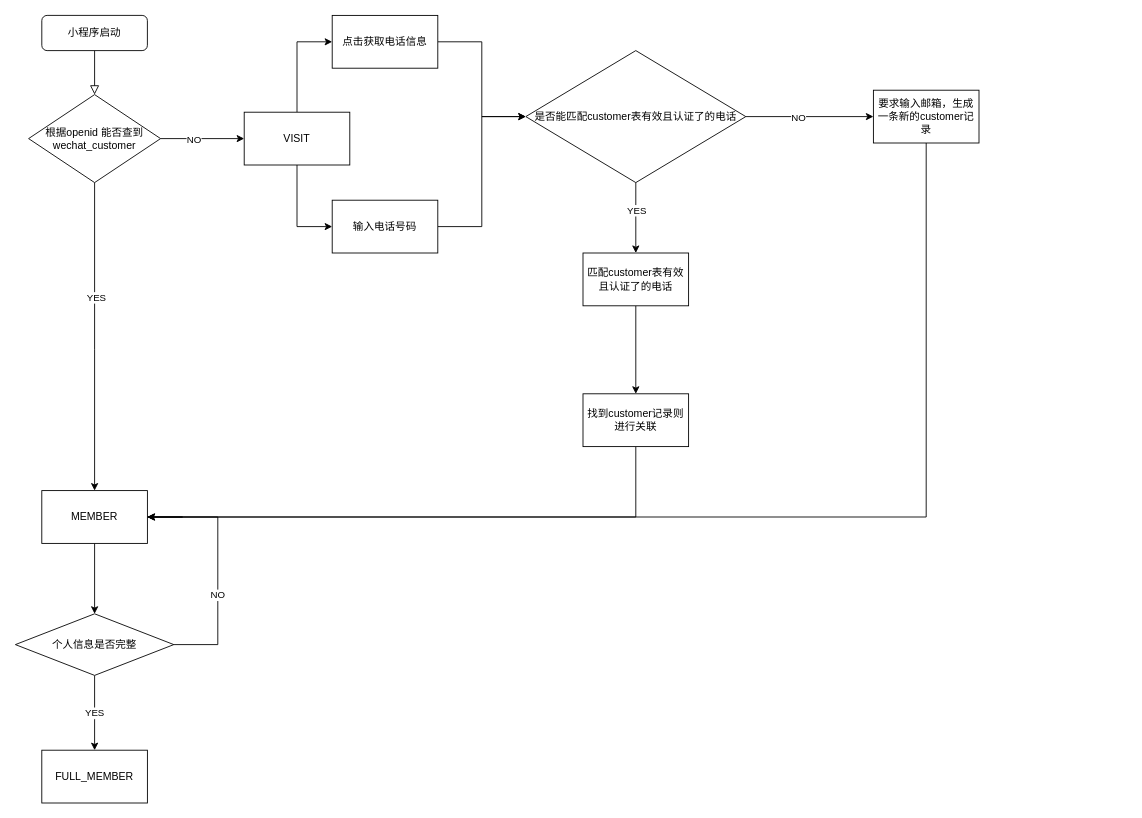
Above: adi-mini-register-login.drawio in maclxf/ProjectDraw (draw.io), before the change. Source tidied: cells renumbered, new cells numbered last; positions are measured from the earlier drawing's top-left corner, leaving out a move shared by most shapes. Both pictures are drawn from the tidied source at 88%, with x=0, y=0 at pixel (15, 15).
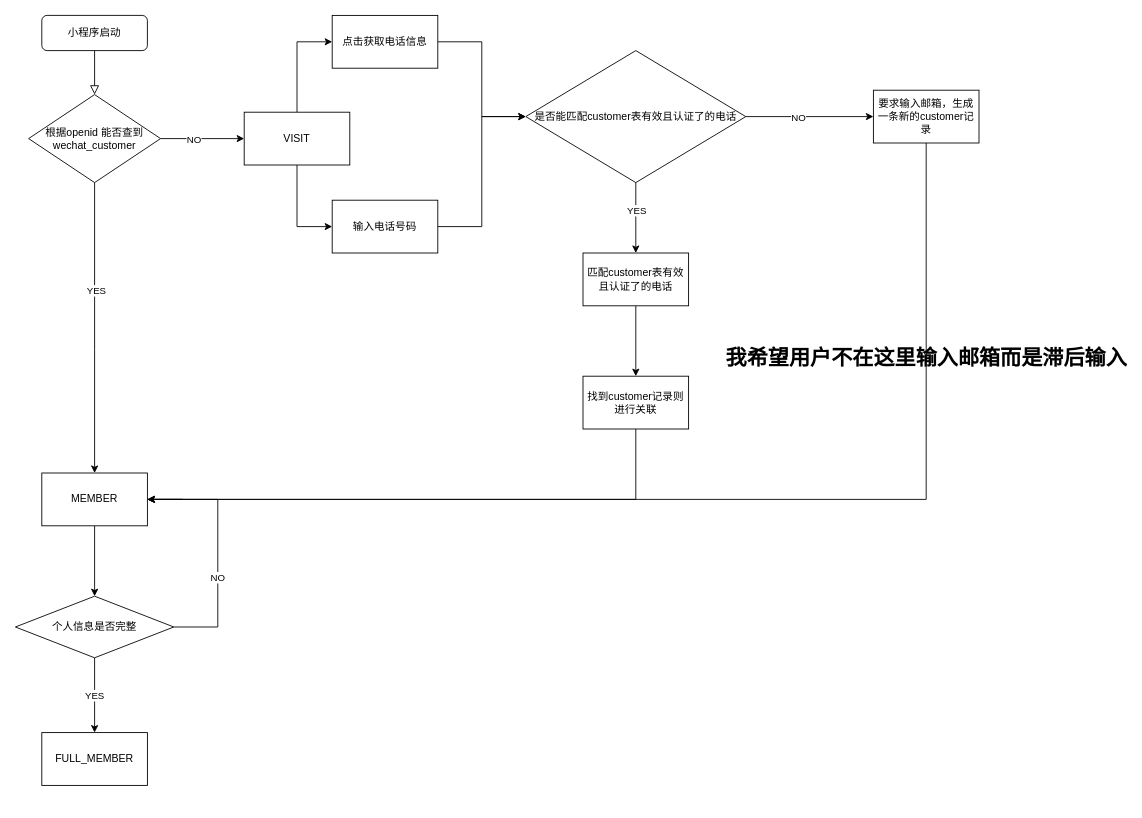
After the change.

The change refers to these unchanged cells:
```xml
<mxCell id="26" value="要求输入邮箱，生成一条新的customer记录" style="whiteSpace=wrap;html=1;" parent="1" vertex="1">
  <mxGeometry x="975" y="85" width="120" height="60" as="geometry" />
</mxCell>
```

Diff of the diagram source:
```diff
@@
     <mxCell id="18" style="edgeStyle=orthogonalEdgeStyle;rounded=0;jettySize=auto;html=1;" parent="1" edge="1" source="19" target="28">
       <mxGeometry relative="1" as="geometry">
         <Array as="points">
-          <mxPoint x="705" y="570" />
+          <mxPoint x="705" y="550" />
         </Array>
       </mxGeometry>
     </mxCell>
     <mxCell id="19" value="找到customer记录则进行关联" style="whiteSpace=wrap;html=1;" parent="1" vertex="1">
-      <mxGeometry x="645" y="430" width="120" height="60" as="geometry" />
+      <mxGeometry x="645" y="410" width="120" height="60" as="geometry" />
     </mxCell>
@@
     <mxCell id="25" style="edgeStyle=orthogonalEdgeStyle;rounded=0;jettySize=auto;html=1;startArrow=none;entryX=1;entryY=0.5;entryDx=0;entryDy=0;" parent="1" edge="1" target="28">
       <mxGeometry relative="1" as="geometry">
-        <mxPoint x="150" y="570" as="sourcePoint" />
+        <mxPoint x="150" y="550" as="sourcePoint" />
         <Array as="points">
-          <mxPoint x="190" y="570" />
-          <mxPoint x="190" y="570" />
+          <mxPoint x="190" y="550" />
+          <mxPoint x="190" y="550" />
         </Array>
       </mxGeometry>
     </mxCell>
@@
-    <mxCell id="27" style="edgeStyle=orthogonalEdgeStyle;rounded=0;jettySize=auto;html=1;" parent="1" edge="1" source="28" target="33">
+    <mxCell id="27" style="edgeStyle=orthogonalEdgeStyle;rounded=0;jettySize=auto;html=1;entryX=0.5;entryY=0;entryDx=0;entryDy=0;" parent="1" edge="1" source="28" target="33">
       <mxGeometry relative="1" as="geometry" />
     </mxCell>
     <mxCell id="28" value="MEMBER" style="whiteSpace=wrap;html=1;" parent="1" vertex="1">
-      <mxGeometry x="30" y="540" width="120" height="60" as="geometry" />
+      <mxGeometry x="30" y="520" width="120" height="60" as="geometry" />
     </mxCell>
     <mxCell id="29" style="edgeStyle=orthogonalEdgeStyle;rounded=0;jettySize=auto;html=1;endArrow=none;" parent="1" edge="1" source="26" target="28">
       <mxGeometry relative="1" as="geometry">
         <Array as="points">
-          <mxPoint x="1035" y="570" />
+          <mxPoint x="1035" y="550" />
         </Array>
       </mxGeometry>
     </mxCell>
     <mxCell id="30" value="YES" style="edgeStyle=orthogonalEdgeStyle;rounded=0;jettySize=auto;html=1;" parent="1" edge="1" source="33" target="34">
       <mxGeometry relative="1" as="geometry">
         <Array as="points">
-          <mxPoint x="90" y="800" />
-          <mxPoint x="90" y="800" />
+          <mxPoint x="90" y="780" />
+          <mxPoint x="90" y="780" />
         </Array>
       </mxGeometry>
     </mxCell>
     <mxCell id="31" style="edgeStyle=orthogonalEdgeStyle;rounded=0;jettySize=auto;html=1;" parent="1" edge="1" source="33">
       <mxGeometry relative="1" as="geometry">
-        <mxPoint x="150" y="570" as="targetPoint" />
+        <mxPoint x="150" y="550" as="targetPoint" />
         <Array as="points">
-          <mxPoint x="230" y="715" />
-          <mxPoint x="230" y="570" />
+          <mxPoint x="230" y="695" />
+          <mxPoint x="230" y="550" />
         </Array>
       </mxGeometry>
     </mxCell>
@@
     <mxCell id="33" value="个人信息是否完整" style="rhombus;whiteSpace=wrap;html=1;" parent="1" vertex="1">
-      <mxGeometry y="680" width="180" height="70" as="geometry" />
+      <mxGeometry y="660" width="180" height="70" as="geometry" />
     </mxCell>
     <mxCell id="34" value="FULL_MEMBER" style="whiteSpace=wrap;html=1;" parent="1" vertex="1">
-      <mxGeometry x="30" y="835" width="120" height="60" as="geometry" />
+      <mxGeometry x="30" y="815" width="120" height="60" as="geometry" />
     </mxCell>
+    <mxCell id="35" value="我希望用户不在这里输入邮箱而是滞后输入" style="text;strokeColor=none;fillColor=none;html=1;fontSize=24;fontStyle=1;verticalAlign=middle;align=center;" parent="1" vertex="1">
+      <mxGeometry x="985" y="370" width="100" height="40" as="geometry" />
+    </mxCell>
```
